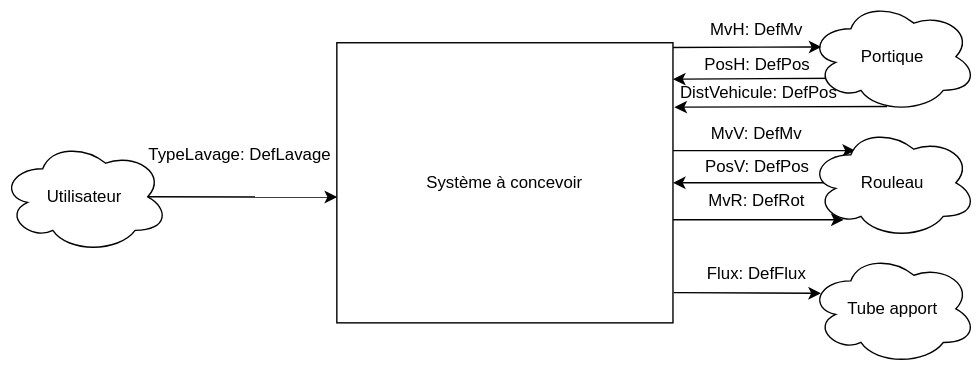
This is schematics/entities.drawio.svg from loulou4418/MCSE_lavage_voiture, a draw.io export, as it was before one commit. Source tidied: cells renumbered, new cells last; positions are measured from the earlier drawing's top-left corner, leaving out a move shared by most shapes.
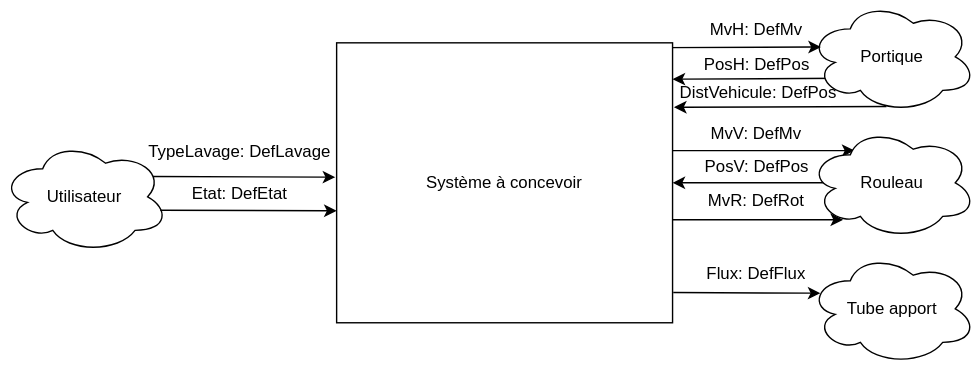
Later version of the same file.

The edit, as a diff of the source:
```diff
@@ -2,7 +2,7 @@
   <root>
     <mxCell id="0" />
     <mxCell id="1" parent="0" />
-    <mxCell id="2" style="edgeStyle=none;html=1;exitX=0.875;exitY=0.5;exitDx=0;exitDy=0;exitPerimeter=0;entryX=0.001;entryY=0.551;entryDx=0;entryDy=0;entryPerimeter=0;" parent="1" edge="1" source="3" target="22">
+    <mxCell id="2" style="edgeStyle=none;html=1;exitX=0.906;exitY=0.319;exitDx=0;exitDy=0;exitPerimeter=0;entryX=-0.004;entryY=0.48;entryDx=0;entryDy=0;entryPerimeter=0;" parent="1" edge="1" source="3" target="22">
       <mxGeometry relative="1" as="geometry" />
     </mxCell>
     <mxCell id="3" value="Utilisateur" style="ellipse;shape=cloud;whiteSpace=wrap;html=1;" parent="1" vertex="1">
@@ -24,7 +24,7 @@
       <mxGeometry x="577" y="180" width="120" height="80" as="geometry" />
     </mxCell>
     <mxCell id="8" value="TypeLavage: DefLavage" style="text;html=1;strokeColor=none;fillColor=none;align=center;verticalAlign=middle;whiteSpace=wrap;rounded=0;" parent="1" vertex="1">
-      <mxGeometry x="86" y="90" width="170" height="40" as="geometry" />
+      <mxGeometry x="86" y="88" width="170" height="40" as="geometry" />
     </mxCell>
     <mxCell id="9" style="edgeStyle=none;html=1;startArrow=classic;startFill=1;endArrow=none;endFill=0;" parent="1" edge="1">
       <mxGeometry relative="1" as="geometry">
@@ -85,5 +85,13 @@
     <mxCell id="22" value="Système à concevoir" style="rounded=0;whiteSpace=wrap;html=1;" parent="1" vertex="1">
       <mxGeometry x="240" y="30" width="240" height="200" as="geometry" />
     </mxCell>
+    <mxCell id="23" style="edgeStyle=none;html=1;exitX=0.95;exitY=0.62;exitDx=0;exitDy=0;exitPerimeter=0;" parent="1" edge="1" source="3">
+      <mxGeometry relative="1" as="geometry">
+        <mxPoint x="240" y="150" as="targetPoint" />
+      </mxGeometry>
+    </mxCell>
+    <mxCell id="24" value="Etat: DefEtat" style="text;html=1;strokeColor=none;fillColor=none;align=center;verticalAlign=middle;whiteSpace=wrap;rounded=0;" parent="1" vertex="1">
+      <mxGeometry x="86" y="118" width="170" height="40" as="geometry" />
+    </mxCell>
   </root>
 </mxGraphModel>
```
